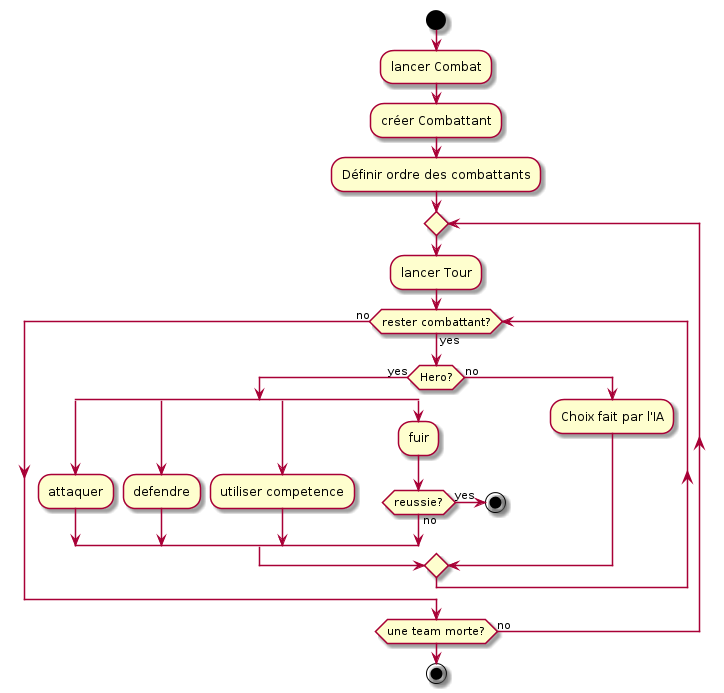
Above: UML/Combat/combat.png in Pyp-o/D-D_bouffe (PlantUML), before the change.
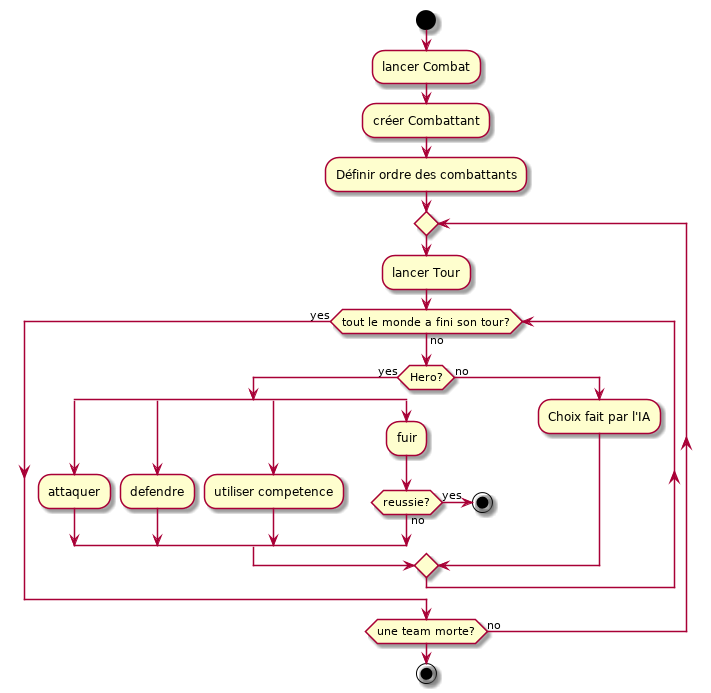
The same file after the commit.

Change to the diagram source:
```diff
@@ -6,7 +6,7 @@
 repeat
 	:lancer Tour;
 
-	while (rester combattant?) is (yes)
+	while (tout le monde a fini son tour?) is (no)
 		if (Hero?) then (yes)
   			split
 				:attaquer;
@@ -24,7 +24,7 @@
 		else (no)
 			:Choix fait par l'IA;
 		endif
-	endwhile (no)
+	endwhile (yes)
 
 repeat while (une team morte?) is (no)
 
```
